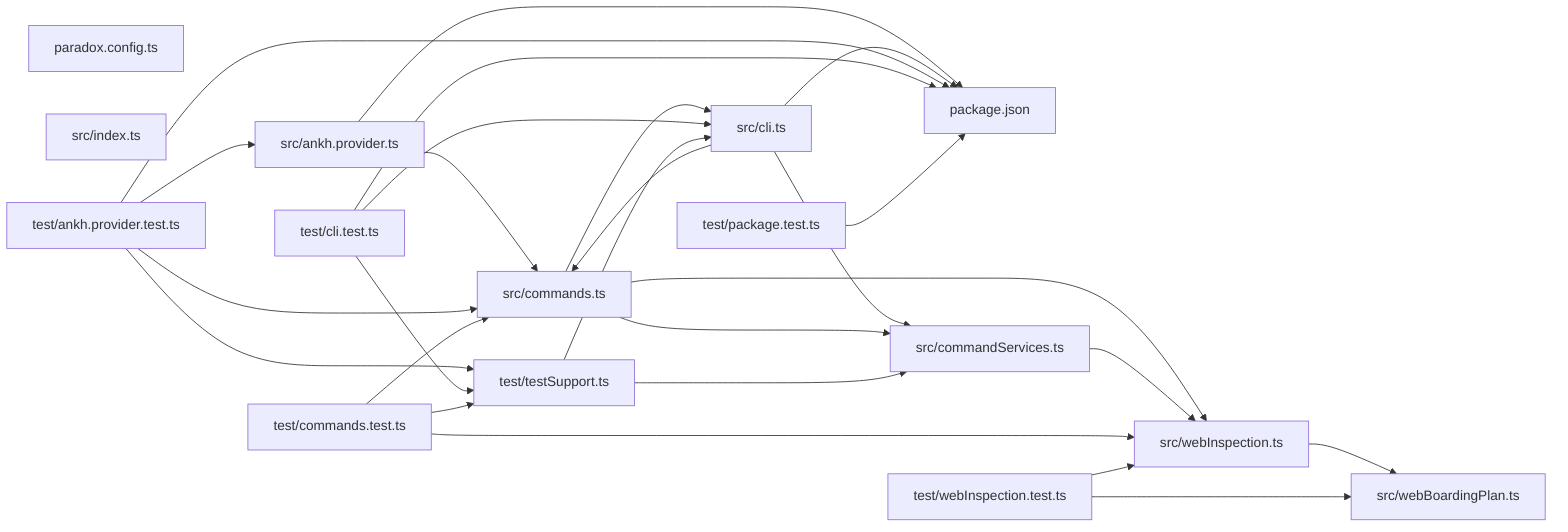
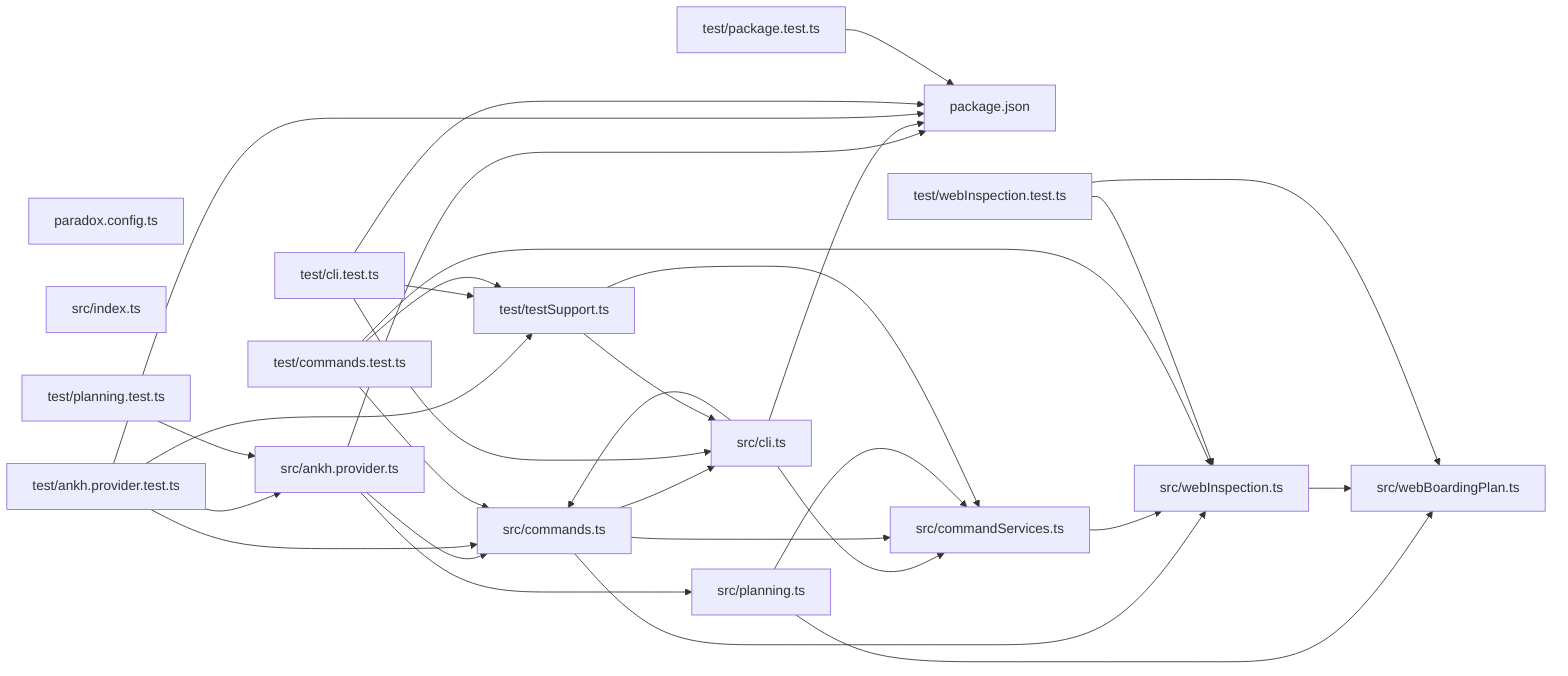
graph LR
  module_package_json["package.json"]
  module_paradox_config_ts["paradox.config.ts"]
  module_src_ankh_provider_ts["src/ankh.provider.ts"]
  module_src_cli_ts["src/cli.ts"]
  module_src_commands_ts["src/commands.ts"]
  module_src_commandServices_ts["src/commandServices.ts"]
  module_src_index_ts["src/index.ts"]
+   module_src_planning_ts["src/planning.ts"]
  module_src_webBoardingPlan_ts["src/webBoardingPlan.ts"]
  module_src_webInspection_ts["src/webInspection.ts"]
  module_test_ankh_provider_test_ts["test/ankh.provider.test.ts"]
  module_test_cli_test_ts["test/cli.test.ts"]
  module_test_commands_test_ts["test/commands.test.ts"]
  module_test_package_test_ts["test/package.test.ts"]
+   module_test_planning_test_ts["test/planning.test.ts"]
  module_test_testSupport_ts["test/testSupport.ts"]
  module_test_webInspection_test_ts["test/webInspection.test.ts"]
  module_src_ankh_provider_ts --> module_package_json
  module_src_ankh_provider_ts --> module_src_commands_ts
+   module_src_ankh_provider_ts --> module_src_planning_ts
  module_src_cli_ts --> module_package_json
  module_src_cli_ts --> module_src_commands_ts
  module_src_cli_ts --> module_src_commandServices_ts
  module_src_commands_ts --> module_src_cli_ts
  module_src_commands_ts --> module_src_commandServices_ts
  module_src_commands_ts --> module_src_webInspection_ts
  module_src_commandServices_ts --> module_src_webInspection_ts
+   module_src_planning_ts --> module_src_commandServices_ts
+   module_src_planning_ts --> module_src_webBoardingPlan_ts
  module_src_webInspection_ts --> module_src_webBoardingPlan_ts
  module_test_ankh_provider_test_ts --> module_package_json
  module_test_ankh_provider_test_ts --> module_src_ankh_provider_ts
  module_test_ankh_provider_test_ts --> module_src_commands_ts
  module_test_ankh_provider_test_ts --> module_test_testSupport_ts
  module_test_cli_test_ts --> module_package_json
  module_test_cli_test_ts --> module_src_cli_ts
  module_test_cli_test_ts --> module_test_testSupport_ts
  module_test_commands_test_ts --> module_src_commands_ts
  module_test_commands_test_ts --> module_src_webInspection_ts
  module_test_commands_test_ts --> module_test_testSupport_ts
  module_test_package_test_ts --> module_package_json
+   module_test_planning_test_ts --> module_src_ankh_provider_ts
  module_test_testSupport_ts --> module_src_cli_ts
  module_test_testSupport_ts --> module_src_commandServices_ts
  module_test_webInspection_test_ts --> module_src_webBoardingPlan_ts
  module_test_webInspection_test_ts --> module_src_webInspection_ts
